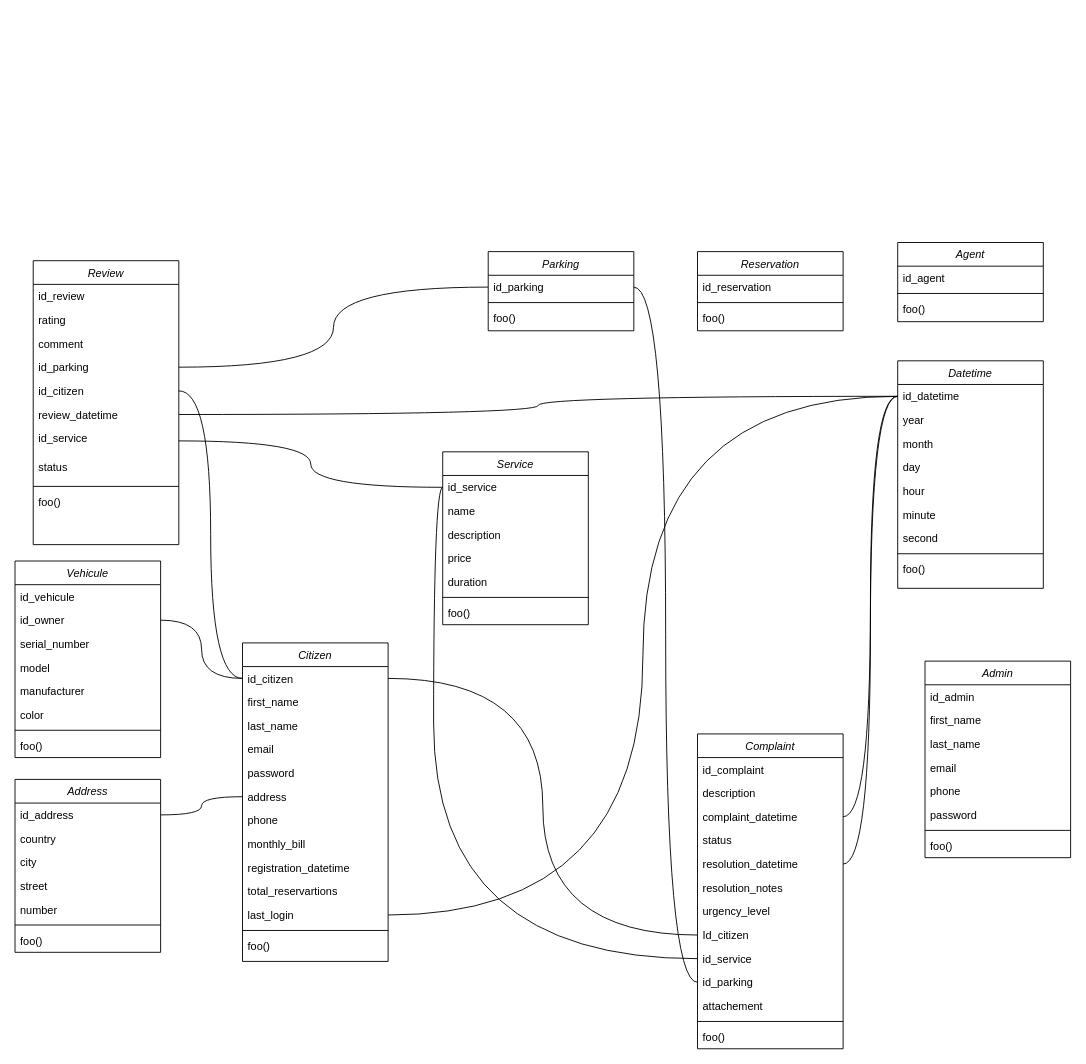
anomaly1095/parky keeps this draw.io diagram as docs/Untitled Diagram.drawio. Above is the earlier version. Source tidied: cells renumbered, new cells numbered last; positions are measured from the earlier drawing's top-left corner, leaving out a move shared by most shapes. Both pictures are drawn from the tidied source at 91%, with x=0, y=0 at pixel (15, 242).
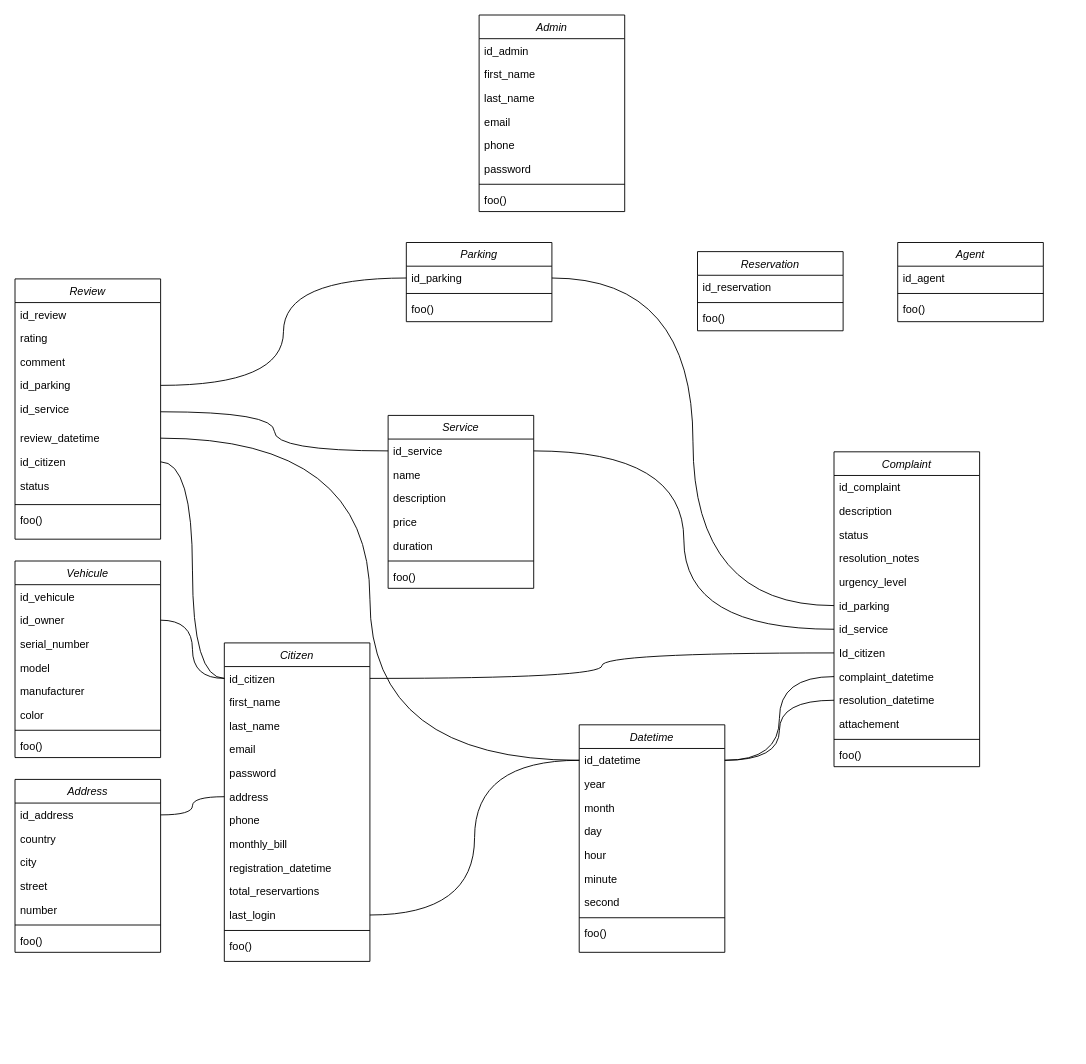
After the change.

Commit message:
finished version 1 of database diagram.drawio

Unchanged cells that the change refers to:
```xml
<mxCell id="36" value="id_datetime" style="text;align=left;verticalAlign=top;spacingLeft=4;spacingRight=4;overflow=hidden;points=[[0,0.5],[1,0.5]];portConstraint=eastwest;" parent="35" vertex="1">
  <mxGeometry y="26" width="160" height="26" as="geometry" />
</mxCell>
<mxCell id="82" value="id_service" style="text;align=left;verticalAlign=top;spacingLeft=4;spacingRight=4;overflow=hidden;points=[[0,0.5],[1,0.5]];portConstraint=eastwest;" parent="81" vertex="1">
  <mxGeometry y="26" width="160" height="26" as="geometry" />
</mxCell>
```

The edit, as a diff of the source:
```diff
@@
     <mxCell id="10" value="Review" style="swimlane;fontStyle=2;align=center;verticalAlign=top;horizontal=1;startSize=26;rounded=0;shadow=0;strokeWidth=1;" parent="1" vertex="1">
-      <mxGeometry x="20" y="20" width="160" height="312" as="geometry" />
+      <mxGeometry y="40" width="160" height="286" as="geometry" />
     </mxCell>
@@
+    <mxCell id="17" value="id_service" style="text;align=left;verticalAlign=top;spacingLeft=4;spacingRight=4;overflow=hidden;points=[[0,0.5],[1,0.5]];portConstraint=eastwest;rounded=0;shadow=0;html=0;" parent="10" vertex="1">
+      <mxGeometry y="130" width="160" height="32" as="geometry" />
+    </mxCell>
+    <mxCell id="16" value="review_datetime" style="text;align=left;verticalAlign=top;spacingLeft=4;spacingRight=4;overflow=hidden;points=[[0,0.5],[1,0.5]];portConstraint=eastwest;rounded=0;shadow=0;html=0;" parent="10" vertex="1">
+      <mxGeometry y="162" width="160" height="26" as="geometry" />
+    </mxCell>
     <mxCell id="15" value="id_citizen" style="text;align=left;verticalAlign=top;spacingLeft=4;spacingRight=4;overflow=hidden;points=[[0,0.5],[1,0.5]];portConstraint=eastwest;rounded=0;shadow=0;html=0;" parent="10" vertex="1">
-      <mxGeometry y="130" width="160" height="26" as="geometry" />
+      <mxGeometry y="188" width="160" height="26" as="geometry" />
     </mxCell>
-    <mxCell id="16" value="review_datetime" style="text;align=left;verticalAlign=top;spacingLeft=4;spacingRight=4;overflow=hidden;points=[[0,0.5],[1,0.5]];portConstraint=eastwest;rounded=0;shadow=0;html=0;" parent="10" vertex="1">
-      <mxGeometry y="156" width="160" height="26" as="geometry" />
-    </mxCell>
-    <mxCell id="17" value="id_service" style="text;align=left;verticalAlign=top;spacingLeft=4;spacingRight=4;overflow=hidden;points=[[0,0.5],[1,0.5]];portConstraint=eastwest;rounded=0;shadow=0;html=0;" parent="10" vertex="1">
-      <mxGeometry y="182" width="160" height="32" as="geometry" />
-    </mxCell>
@@
     <mxCell id="21" value="Complaint" style="swimlane;fontStyle=2;align=center;verticalAlign=top;horizontal=1;startSize=26;rounded=0;shadow=0;strokeWidth=1;" parent="1" vertex="1">
-      <mxGeometry x="750" y="540" width="160" height="346" as="geometry" />
+      <mxGeometry x="900" y="230" width="160" height="346" as="geometry" />
     </mxCell>
@@
-    <mxCell id="24" value="complaint_datetime" style="text;align=left;verticalAlign=top;spacingLeft=4;spacingRight=4;overflow=hidden;points=[[0,0.5],[1,0.5]];portConstraint=eastwest;rounded=0;shadow=0;html=0;" parent="21" vertex="1">
-      <mxGeometry y="78" width="160" height="26" as="geometry" />
-    </mxCell>
     <mxCell id="25" value="status" style="text;align=left;verticalAlign=top;spacingLeft=4;spacingRight=4;overflow=hidden;rounded=0;shadow=0;html=0;" parent="21" vertex="1">
-      <mxGeometry y="104" width="160" height="26" as="geometry" />
+      <mxGeometry y="78" width="160" height="26" as="geometry" />
     </mxCell>
-    <mxCell id="26" value="resolution_datetime" style="text;align=left;verticalAlign=top;spacingLeft=4;spacingRight=4;overflow=hidden;points=[[0,0.5],[1,0.5]];portConstraint=eastwest;rounded=0;shadow=0;html=0;" parent="21" vertex="1">
-      <mxGeometry y="130" width="160" height="26" as="geometry" />
-    </mxCell>
     <mxCell id="27" value="resolution_notes" style="text;align=left;verticalAlign=top;spacingLeft=4;spacingRight=4;overflow=hidden;rounded=0;shadow=0;html=0;" parent="21" vertex="1">
-      <mxGeometry y="156" width="160" height="26" as="geometry" />
+      <mxGeometry y="104" width="160" height="26" as="geometry" />
     </mxCell>
     <mxCell id="28" value="urgency_level" style="text;align=left;verticalAlign=top;spacingLeft=4;spacingRight=4;overflow=hidden;rounded=0;shadow=0;html=0;" parent="21" vertex="1">
-      <mxGeometry y="182" width="160" height="26" as="geometry" />
+      <mxGeometry y="130" width="160" height="26" as="geometry" />
     </mxCell>
+    <mxCell id="31" value="id_parking" style="text;align=left;verticalAlign=top;spacingLeft=4;spacingRight=4;overflow=hidden;points=[[0,0.5],[1,0.5]];portConstraint=eastwest;rounded=0;shadow=0;html=0;" parent="21" vertex="1">
+      <mxGeometry y="156" width="160" height="26" as="geometry" />
+    </mxCell>
+    <mxCell id="30" value="id_service" style="text;align=left;verticalAlign=top;spacingLeft=4;spacingRight=4;overflow=hidden;points=[[0,0.5],[1,0.5]];portConstraint=eastwest;rounded=0;shadow=0;html=0;" parent="21" vertex="1">
+      <mxGeometry y="182" width="160" height="26" as="geometry" />
+    </mxCell>
@@
-    <mxCell id="30" value="id_service" style="text;align=left;verticalAlign=top;spacingLeft=4;spacingRight=4;overflow=hidden;points=[[0,0.5],[1,0.5]];portConstraint=eastwest;rounded=0;shadow=0;html=0;" parent="21" vertex="1">
-      <mxGeometry y="234" width="160" height="26" as="geometry" />
-    </mxCell>
-    <mxCell id="31" value="id_parking" style="text;align=left;verticalAlign=top;spacingLeft=4;spacingRight=4;overflow=hidden;points=[[0,0.5],[1,0.5]];portConstraint=eastwest;rounded=0;shadow=0;html=0;" parent="21" vertex="1">
-      <mxGeometry y="260" width="160" height="26" as="geometry" />
-    </mxCell>
+    <mxCell id="24" value="complaint_datetime" style="text;align=left;verticalAlign=top;spacingLeft=4;spacingRight=4;overflow=hidden;points=[[0,0.5],[1,0.5]];portConstraint=eastwest;rounded=0;shadow=0;html=0;" parent="21" vertex="1">
+      <mxGeometry y="234" width="160" height="26" as="geometry" />
+    </mxCell>
+    <mxCell id="26" value="resolution_datetime" style="text;align=left;verticalAlign=top;spacingLeft=4;spacingRight=4;overflow=hidden;points=[[0,0.5],[1,0.5]];portConstraint=eastwest;rounded=0;shadow=0;html=0;" parent="21" vertex="1">
+      <mxGeometry y="260" width="160" height="26" as="geometry" />
+    </mxCell>
@@
     <mxCell id="35" value="Datetime" style="swimlane;fontStyle=2;align=center;verticalAlign=top;horizontal=1;startSize=26;rounded=0;shadow=0;strokeWidth=1;" parent="1" vertex="1">
-      <mxGeometry x="970" y="130" width="160" height="250" as="geometry" />
+      <mxGeometry x="620" y="530" width="160" height="250" as="geometry" />
     </mxCell>
@@
     <mxCell id="54" value="Citizen" style="swimlane;fontStyle=2;align=center;verticalAlign=top;horizontal=1;startSize=26;rounded=0;shadow=0;strokeWidth=1;" parent="1" vertex="1">
-      <mxGeometry x="250" y="440" width="160" height="350" as="geometry" />
+      <mxGeometry x="230" y="440" width="160" height="350" as="geometry" />
     </mxCell>
@@
     <mxCell id="72" value="Admin" style="swimlane;fontStyle=2;align=center;verticalAlign=top;horizontal=1;startSize=26;rounded=0;shadow=0;strokeWidth=1;" parent="1" vertex="1">
-      <mxGeometry x="1000" y="460" width="160" height="216" as="geometry" />
+      <mxGeometry x="510" y="-250" width="160" height="216" as="geometry" />
     </mxCell>
@@
     <mxCell id="81" value="Service" style="swimlane;fontStyle=2;align=center;verticalAlign=top;horizontal=1;startSize=26;rounded=0;shadow=0;strokeWidth=1;" parent="1" vertex="1">
-      <mxGeometry x="470" y="230" width="160" height="190" as="geometry" />
+      <mxGeometry x="410" y="190" width="160" height="190" as="geometry" />
     </mxCell>
@@
     <mxCell id="89" value="Parking" style="swimlane;fontStyle=2;align=center;verticalAlign=top;horizontal=1;startSize=26;rounded=0;shadow=0;strokeWidth=1;" parent="1" vertex="1">
-      <mxGeometry x="520" y="10" width="160" height="87" as="geometry" />
+      <mxGeometry x="430" width="160" height="87" as="geometry" />
     </mxCell>
@@
-    <mxCell id="101" style="endArrow=none;html=1;rounded=0;exitX=1;exitY=0.5;exitDx=0;exitDy=0;entryX=0;entryY=0.5;entryDx=0;entryDy=0;edgeStyle=orthogonalEdgeStyle;curved=1;" parent="1" edge="1" source="24" target="36">
+    <mxCell id="101" style="endArrow=none;html=1;rounded=0;exitX=0;exitY=0.5;exitDx=0;exitDy=0;entryX=1;entryY=0.5;entryDx=0;entryDy=0;edgeStyle=orthogonalEdgeStyle;curved=1;" parent="1" edge="1" source="24" target="36">
       <mxGeometry relative="1" as="geometry" />
     </mxCell>
-    <mxCell id="102" style="endArrow=none;html=1;rounded=0;exitX=1;exitY=0.5;exitDx=0;exitDy=0;entryX=0;entryY=0.5;entryDx=0;entryDy=0;edgeStyle=orthogonalEdgeStyle;curved=1;" parent="1" edge="1" source="26" target="36">
+    <mxCell id="102" style="endArrow=none;html=1;rounded=0;exitX=0;exitY=0.5;exitDx=0;exitDy=0;entryX=1;entryY=0.5;entryDx=0;entryDy=0;edgeStyle=orthogonalEdgeStyle;curved=1;" parent="1" edge="1" source="26" target="36">
       <mxGeometry relative="1" as="geometry" />
     </mxCell>
@@
-    <mxCell id="104" style="endArrow=none;html=1;rounded=0;exitX=0;exitY=0.5;exitDx=0;exitDy=0;entryX=0;entryY=0.5;entryDx=0;entryDy=0;edgeStyle=orthogonalEdgeStyle;curved=1;" parent="1" edge="1" source="82" target="30">
+    <mxCell id="104" style="endArrow=none;html=1;rounded=0;exitX=1;exitY=0.5;exitDx=0;exitDy=0;entryX=0;entryY=0.5;entryDx=0;entryDy=0;edgeStyle=orthogonalEdgeStyle;curved=1;" parent="1" edge="1" source="82" target="30">
       <mxGeometry relative="1" as="geometry" />
     </mxCell>
```
